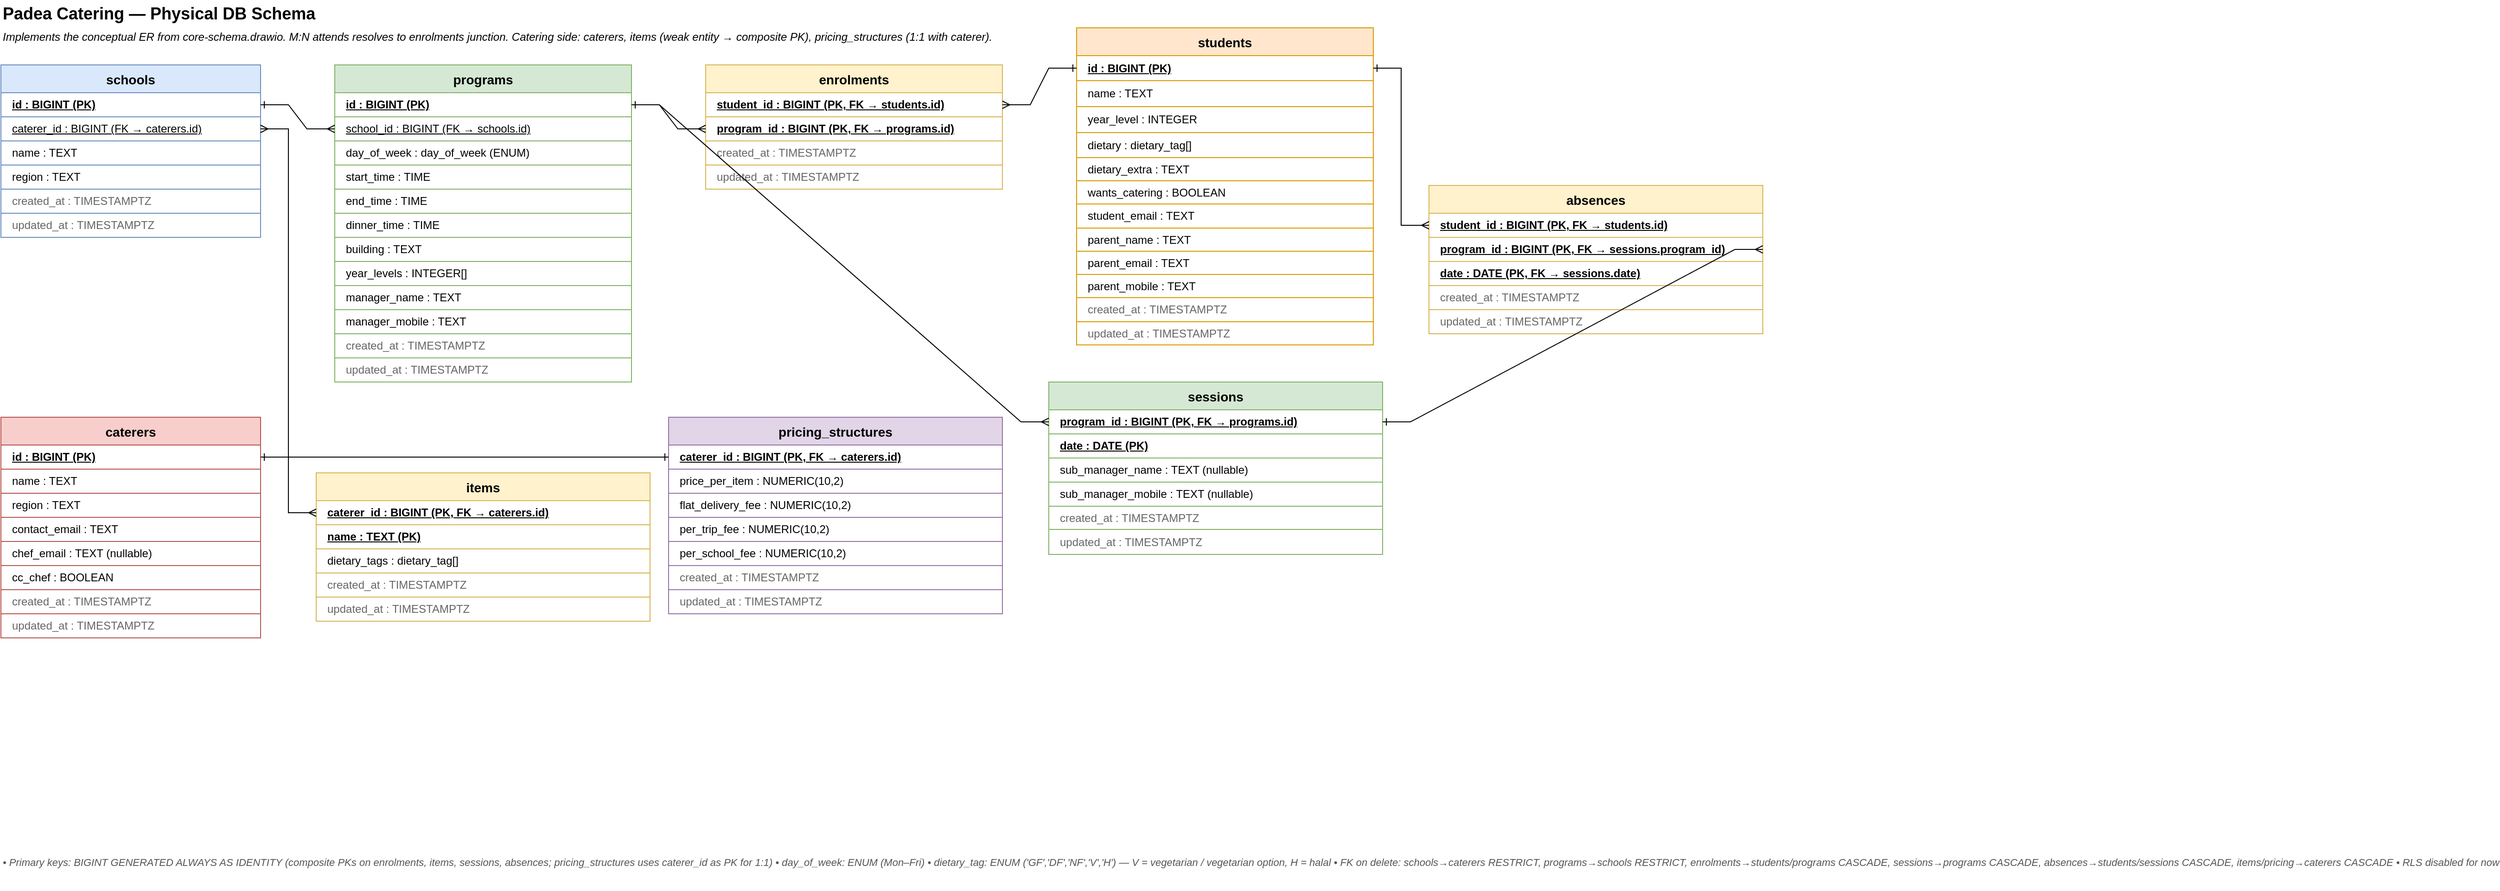
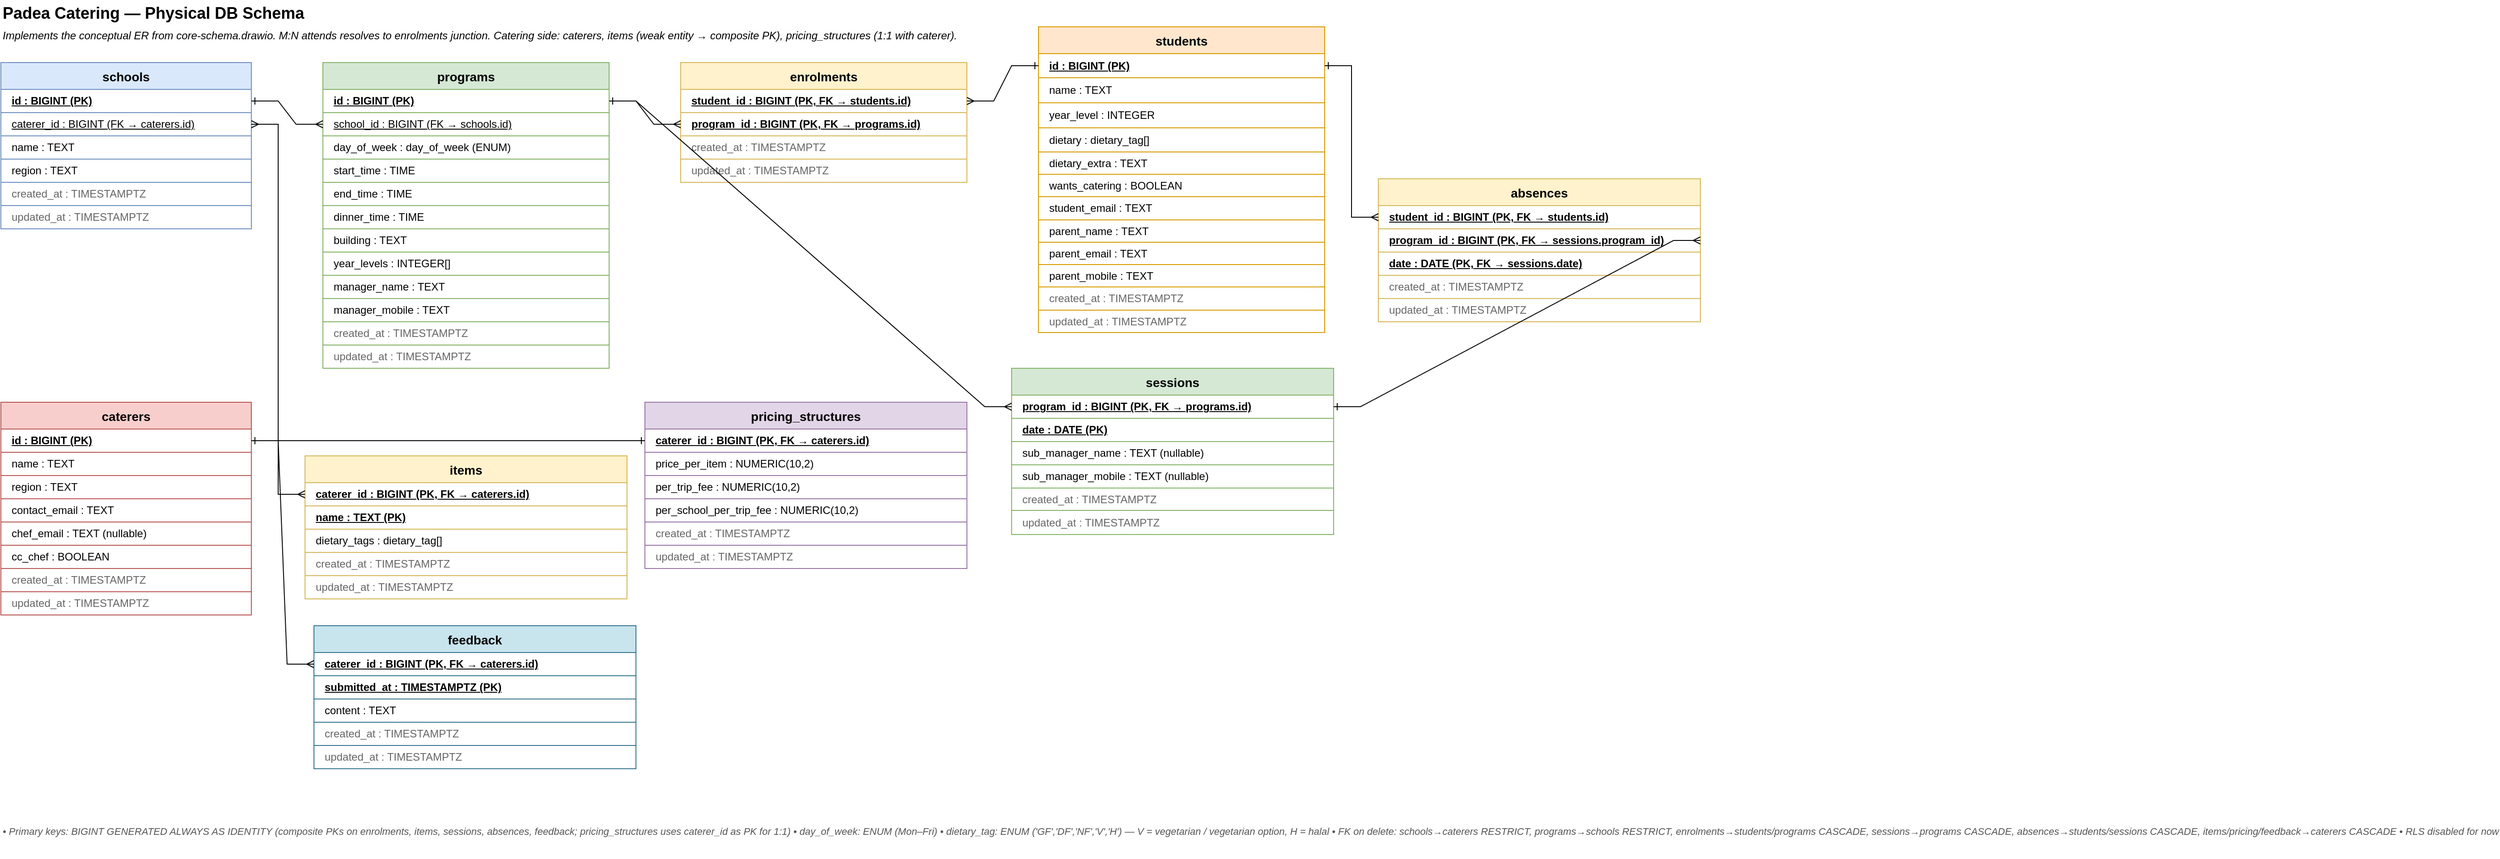
<mxfile host="65bd71144e">
    <diagram name="DB Schema" id="db-schema">
        <mxGraphModel dx="1202" dy="820" grid="1" gridSize="10" guides="1" tooltips="1" connect="1" arrows="1" fold="1" page="1" pageScale="1" pageWidth="1700" pageHeight="1000" math="0" shadow="0">
            <root>
                <mxCell id="0"/>
                <mxCell id="1" parent="0"/>
                <mxCell id="title" value="Padea Catering — Physical DB Schema" style="text;html=1;align=left;verticalAlign=middle;fontSize=18;fontStyle=1;" parent="1" vertex="1">
                    <mxGeometry x="40" y="20" width="800" height="30" as="geometry"/>
                </mxCell>
                <mxCell id="subtitle" value="Implements the conceptual ER from core-schema.drawio. M:N attends resolves to enrolments junction. Catering side: caterers, items (weak entity → composite PK), pricing_structures (1:1 with caterer)." style="text;html=1;align=left;verticalAlign=middle;fontSize=12;fontStyle=2;" parent="1" vertex="1">
                    <mxGeometry x="40" y="50" width="1500" height="20" as="geometry"/>
                </mxCell>
                <mxCell id="schools" value="schools" style="shape=table;startSize=30;container=1;collapsible=0;childLayout=tableLayout;fontSize=14;fontStyle=1;fillColor=#dae8fc;strokeColor=#6c8ebf;" parent="1" vertex="1">
                    <mxGeometry x="40" y="90" width="280" height="186" as="geometry"/>
                </mxCell>
                <mxCell id="schools-r1" value="" style="shape=tableRow;horizontal=0;startSize=0;swimlaneHead=0;swimlaneBody=0;strokeColor=inherit;top=0;left=0;bottom=0;right=0;collapsible=0;dropTarget=0;fillColor=none;points=[[0,0.5],[1,0.5]];portConstraint=eastwest;fontSize=12;" parent="schools" vertex="1">
                    <mxGeometry y="30" width="280" height="26" as="geometry"/>
                </mxCell>
                <mxCell id="schools-r1-c" value="id : BIGINT  (PK)" style="shape=partialRectangle;html=1;whiteSpace=wrap;connectable=0;strokeColor=inherit;overflow=hidden;fillColor=none;top=0;left=0;bottom=0;right=0;pointerEvents=1;fontStyle=5;align=left;spacingLeft=10;" parent="schools-r1" vertex="1">
                    <mxGeometry width="280" height="26" as="geometry"/>
                </mxCell>
                <mxCell id="schools-r-cat" value="" style="shape=tableRow;horizontal=0;startSize=0;swimlaneHead=0;swimlaneBody=0;strokeColor=inherit;top=0;left=0;bottom=0;right=0;collapsible=0;dropTarget=0;fillColor=none;points=[[0,0.5],[1,0.5]];portConstraint=eastwest;fontSize=12;" parent="schools" vertex="1">
                    <mxGeometry y="56" width="280" height="26" as="geometry"/>
                </mxCell>
                <mxCell id="schools-r-cat-c" value="caterer_id : BIGINT  (FK → caterers.id)" style="shape=partialRectangle;html=1;whiteSpace=wrap;connectable=0;strokeColor=inherit;overflow=hidden;fillColor=none;top=0;left=0;bottom=0;right=0;pointerEvents=1;fontStyle=4;align=left;spacingLeft=10;" parent="schools-r-cat" vertex="1">
                    <mxGeometry width="280" height="26" as="geometry"/>
                </mxCell>
                <mxCell id="schools-r2" value="" style="shape=tableRow;horizontal=0;startSize=0;swimlaneHead=0;swimlaneBody=0;strokeColor=inherit;top=0;left=0;bottom=0;right=0;collapsible=0;dropTarget=0;fillColor=none;points=[[0,0.5],[1,0.5]];portConstraint=eastwest;fontSize=12;" parent="schools" vertex="1">
                    <mxGeometry y="82" width="280" height="26" as="geometry"/>
                </mxCell>
                <mxCell id="schools-r2-c" value="name : TEXT" style="shape=partialRectangle;html=1;whiteSpace=wrap;connectable=0;strokeColor=inherit;overflow=hidden;fillColor=none;top=0;left=0;bottom=0;right=0;pointerEvents=1;align=left;spacingLeft=10;" parent="schools-r2" vertex="1">
                    <mxGeometry width="280" height="26" as="geometry"/>
                </mxCell>
                <mxCell id="schools-r3" value="" style="shape=tableRow;horizontal=0;startSize=0;swimlaneHead=0;swimlaneBody=0;strokeColor=inherit;top=0;left=0;bottom=0;right=0;collapsible=0;dropTarget=0;fillColor=none;points=[[0,0.5],[1,0.5]];portConstraint=eastwest;fontSize=12;" parent="schools" vertex="1">
                    <mxGeometry y="108" width="280" height="26" as="geometry"/>
                </mxCell>
                <mxCell id="schools-r3-c" value="region : TEXT" style="shape=partialRectangle;html=1;whiteSpace=wrap;connectable=0;strokeColor=inherit;overflow=hidden;fillColor=none;top=0;left=0;bottom=0;right=0;pointerEvents=1;align=left;spacingLeft=10;" parent="schools-r3" vertex="1">
                    <mxGeometry width="280" height="26" as="geometry"/>
                </mxCell>
                <mxCell id="schools-r4" value="" style="shape=tableRow;horizontal=0;startSize=0;swimlaneHead=0;swimlaneBody=0;strokeColor=inherit;top=0;left=0;bottom=0;right=0;collapsible=0;dropTarget=0;fillColor=none;points=[[0,0.5],[1,0.5]];portConstraint=eastwest;fontSize=12;" parent="schools" vertex="1">
                    <mxGeometry y="134" width="280" height="26" as="geometry"/>
                </mxCell>
                <mxCell id="schools-r4-c" value="created_at : TIMESTAMPTZ" style="shape=partialRectangle;html=1;whiteSpace=wrap;connectable=0;strokeColor=inherit;overflow=hidden;fillColor=none;top=0;left=0;bottom=0;right=0;pointerEvents=1;align=left;spacingLeft=10;fontColor=#666666;" parent="schools-r4" vertex="1">
                    <mxGeometry width="280" height="26" as="geometry"/>
                </mxCell>
                <mxCell id="schools-r5" value="" style="shape=tableRow;horizontal=0;startSize=0;swimlaneHead=0;swimlaneBody=0;strokeColor=inherit;top=0;left=0;bottom=0;right=0;collapsible=0;dropTarget=0;fillColor=none;points=[[0,0.5],[1,0.5]];portConstraint=eastwest;fontSize=12;" parent="schools" vertex="1">
                    <mxGeometry y="160" width="280" height="26" as="geometry"/>
                </mxCell>
                <mxCell id="schools-r5-c" value="updated_at : TIMESTAMPTZ" style="shape=partialRectangle;html=1;whiteSpace=wrap;connectable=0;strokeColor=inherit;overflow=hidden;fillColor=none;top=0;left=0;bottom=0;right=0;pointerEvents=1;align=left;spacingLeft=10;fontColor=#666666;" parent="schools-r5" vertex="1">
                    <mxGeometry width="280" height="26" as="geometry"/>
                </mxCell>
                <mxCell id="sessions" value="programs" style="shape=table;startSize=30;container=1;collapsible=0;childLayout=tableLayout;fontSize=14;fontStyle=1;fillColor=#d5e8d4;strokeColor=#82b366;" parent="1" vertex="1">
                    <mxGeometry x="400" y="90" width="320" height="342" as="geometry"/>
                </mxCell>
                <mxCell id="sessions-r1" value="" style="shape=tableRow;horizontal=0;startSize=0;swimlaneHead=0;swimlaneBody=0;strokeColor=inherit;top=0;left=0;bottom=0;right=0;collapsible=0;dropTarget=0;fillColor=none;points=[[0,0.5],[1,0.5]];portConstraint=eastwest;fontSize=12;" parent="sessions" vertex="1">
                    <mxGeometry y="30" width="320" height="26" as="geometry"/>
                </mxCell>
                <mxCell id="sessions-r1-c" value="id : BIGINT  (PK)" style="shape=partialRectangle;html=1;whiteSpace=wrap;connectable=0;strokeColor=inherit;overflow=hidden;fillColor=none;top=0;left=0;bottom=0;right=0;pointerEvents=1;fontStyle=5;align=left;spacingLeft=10;" parent="sessions-r1" vertex="1">
                    <mxGeometry width="320" height="26" as="geometry">
                        <mxRectangle width="320" height="26" as="alternateBounds"/>
                    </mxGeometry>
                </mxCell>
                <mxCell id="sessions-r2" value="" style="shape=tableRow;horizontal=0;startSize=0;swimlaneHead=0;swimlaneBody=0;strokeColor=inherit;top=0;left=0;bottom=0;right=0;collapsible=0;dropTarget=0;fillColor=none;points=[[0,0.5],[1,0.5]];portConstraint=eastwest;fontSize=12;" parent="sessions" vertex="1">
                    <mxGeometry y="56" width="320" height="26" as="geometry"/>
                </mxCell>
                <mxCell id="sessions-r2-c" value="school_id : BIGINT  (FK → schools.id)" style="shape=partialRectangle;html=1;whiteSpace=wrap;connectable=0;strokeColor=inherit;overflow=hidden;fillColor=none;top=0;left=0;bottom=0;right=0;pointerEvents=1;fontStyle=4;align=left;spacingLeft=10;" parent="sessions-r2" vertex="1">
                    <mxGeometry width="320" height="26" as="geometry">
                        <mxRectangle width="320" height="26" as="alternateBounds"/>
                    </mxGeometry>
                </mxCell>
                <mxCell id="sessions-r3" value="" style="shape=tableRow;horizontal=0;startSize=0;swimlaneHead=0;swimlaneBody=0;strokeColor=inherit;top=0;left=0;bottom=0;right=0;collapsible=0;dropTarget=0;fillColor=none;points=[[0,0.5],[1,0.5]];portConstraint=eastwest;fontSize=12;" parent="sessions" vertex="1">
                    <mxGeometry y="82" width="320" height="26" as="geometry"/>
                </mxCell>
                <mxCell id="sessions-r3-c" value="day_of_week : day_of_week (ENUM)" style="shape=partialRectangle;html=1;whiteSpace=wrap;connectable=0;strokeColor=inherit;overflow=hidden;fillColor=none;top=0;left=0;bottom=0;right=0;pointerEvents=1;align=left;spacingLeft=10;" parent="sessions-r3" vertex="1">
                    <mxGeometry width="320" height="26" as="geometry">
                        <mxRectangle width="320" height="26" as="alternateBounds"/>
                    </mxGeometry>
                </mxCell>
                <mxCell id="sessions-r4" value="" style="shape=tableRow;horizontal=0;startSize=0;swimlaneHead=0;swimlaneBody=0;strokeColor=inherit;top=0;left=0;bottom=0;right=0;collapsible=0;dropTarget=0;fillColor=none;points=[[0,0.5],[1,0.5]];portConstraint=eastwest;fontSize=12;" parent="sessions" vertex="1">
                    <mxGeometry y="108" width="320" height="26" as="geometry"/>
                </mxCell>
                <mxCell id="sessions-r4-c" value="start_time : TIME" style="shape=partialRectangle;html=1;whiteSpace=wrap;connectable=0;strokeColor=inherit;overflow=hidden;fillColor=none;top=0;left=0;bottom=0;right=0;pointerEvents=1;align=left;spacingLeft=10;" parent="sessions-r4" vertex="1">
                    <mxGeometry width="320" height="26" as="geometry">
                        <mxRectangle width="320" height="26" as="alternateBounds"/>
                    </mxGeometry>
                </mxCell>
                <mxCell id="sessions-r5" value="" style="shape=tableRow;horizontal=0;startSize=0;swimlaneHead=0;swimlaneBody=0;strokeColor=inherit;top=0;left=0;bottom=0;right=0;collapsible=0;dropTarget=0;fillColor=none;points=[[0,0.5],[1,0.5]];portConstraint=eastwest;fontSize=12;" parent="sessions" vertex="1">
                    <mxGeometry y="134" width="320" height="26" as="geometry"/>
                </mxCell>
                <mxCell id="sessions-r5-c" value="end_time : TIME" style="shape=partialRectangle;html=1;whiteSpace=wrap;connectable=0;strokeColor=inherit;overflow=hidden;fillColor=none;top=0;left=0;bottom=0;right=0;pointerEvents=1;align=left;spacingLeft=10;" parent="sessions-r5" vertex="1">
                    <mxGeometry width="320" height="26" as="geometry">
                        <mxRectangle width="320" height="26" as="alternateBounds"/>
                    </mxGeometry>
                </mxCell>
                <mxCell id="sessions-r6" value="" style="shape=tableRow;horizontal=0;startSize=0;swimlaneHead=0;swimlaneBody=0;strokeColor=inherit;top=0;left=0;bottom=0;right=0;collapsible=0;dropTarget=0;fillColor=none;points=[[0,0.5],[1,0.5]];portConstraint=eastwest;fontSize=12;" parent="sessions" vertex="1">
                    <mxGeometry y="160" width="320" height="26" as="geometry"/>
                </mxCell>
                <mxCell id="sessions-r6-c" value="dinner_time : TIME" style="shape=partialRectangle;html=1;whiteSpace=wrap;connectable=0;strokeColor=inherit;overflow=hidden;fillColor=none;top=0;left=0;bottom=0;right=0;pointerEvents=1;align=left;spacingLeft=10;" parent="sessions-r6" vertex="1">
                    <mxGeometry width="320" height="26" as="geometry">
                        <mxRectangle width="320" height="26" as="alternateBounds"/>
                    </mxGeometry>
                </mxCell>
                <mxCell id="sessions-r7" value="" style="shape=tableRow;horizontal=0;startSize=0;swimlaneHead=0;swimlaneBody=0;strokeColor=inherit;top=0;left=0;bottom=0;right=0;collapsible=0;dropTarget=0;fillColor=none;points=[[0,0.5],[1,0.5]];portConstraint=eastwest;fontSize=12;" parent="sessions" vertex="1">
                    <mxGeometry y="186" width="320" height="26" as="geometry"/>
                </mxCell>
                <mxCell id="sessions-r7-c" value="building : TEXT" style="shape=partialRectangle;html=1;whiteSpace=wrap;connectable=0;strokeColor=inherit;overflow=hidden;fillColor=none;top=0;left=0;bottom=0;right=0;pointerEvents=1;align=left;spacingLeft=10;" parent="sessions-r7" vertex="1">
                    <mxGeometry width="320" height="26" as="geometry">
                        <mxRectangle width="320" height="26" as="alternateBounds"/>
                    </mxGeometry>
                </mxCell>
                <mxCell id="sessions-r8" value="" style="shape=tableRow;horizontal=0;startSize=0;swimlaneHead=0;swimlaneBody=0;strokeColor=inherit;top=0;left=0;bottom=0;right=0;collapsible=0;dropTarget=0;fillColor=none;points=[[0,0.5],[1,0.5]];portConstraint=eastwest;fontSize=12;" parent="sessions" vertex="1">
                    <mxGeometry y="212" width="320" height="26" as="geometry"/>
                </mxCell>
                <mxCell id="sessions-r8-c" value="year_levels : INTEGER[]" style="shape=partialRectangle;html=1;whiteSpace=wrap;connectable=0;strokeColor=inherit;overflow=hidden;fillColor=none;top=0;left=0;bottom=0;right=0;pointerEvents=1;align=left;spacingLeft=10;" parent="sessions-r8" vertex="1">
                    <mxGeometry width="320" height="26" as="geometry">
                        <mxRectangle width="320" height="26" as="alternateBounds"/>
                    </mxGeometry>
                </mxCell>
                <mxCell id="sessions-r9" value="" style="shape=tableRow;horizontal=0;startSize=0;swimlaneHead=0;swimlaneBody=0;strokeColor=inherit;top=0;left=0;bottom=0;right=0;collapsible=0;dropTarget=0;fillColor=none;points=[[0,0.5],[1,0.5]];portConstraint=eastwest;fontSize=12;" parent="sessions" vertex="1">
                    <mxGeometry y="238" width="320" height="26" as="geometry"/>
                </mxCell>
                <mxCell id="sessions-r9-c" value="manager_name : TEXT" style="shape=partialRectangle;html=1;whiteSpace=wrap;connectable=0;strokeColor=inherit;overflow=hidden;fillColor=none;top=0;left=0;bottom=0;right=0;pointerEvents=1;align=left;spacingLeft=10;" parent="sessions-r9" vertex="1">
                    <mxGeometry width="320" height="26" as="geometry">
                        <mxRectangle width="320" height="26" as="alternateBounds"/>
                    </mxGeometry>
                </mxCell>
                <mxCell id="sessions-r10" value="" style="shape=tableRow;horizontal=0;startSize=0;swimlaneHead=0;swimlaneBody=0;strokeColor=inherit;top=0;left=0;bottom=0;right=0;collapsible=0;dropTarget=0;fillColor=none;points=[[0,0.5],[1,0.5]];portConstraint=eastwest;fontSize=12;" parent="sessions" vertex="1">
                    <mxGeometry y="264" width="320" height="26" as="geometry"/>
                </mxCell>
                <mxCell id="sessions-r10-c" value="manager_mobile : TEXT" style="shape=partialRectangle;html=1;whiteSpace=wrap;connectable=0;strokeColor=inherit;overflow=hidden;fillColor=none;top=0;left=0;bottom=0;right=0;pointerEvents=1;align=left;spacingLeft=10;" parent="sessions-r10" vertex="1">
                    <mxGeometry width="320" height="26" as="geometry">
                        <mxRectangle width="320" height="26" as="alternateBounds"/>
                    </mxGeometry>
                </mxCell>
                <mxCell id="sessions-r11" value="" style="shape=tableRow;horizontal=0;startSize=0;swimlaneHead=0;swimlaneBody=0;strokeColor=inherit;top=0;left=0;bottom=0;right=0;collapsible=0;dropTarget=0;fillColor=none;points=[[0,0.5],[1,0.5]];portConstraint=eastwest;fontSize=12;" parent="sessions" vertex="1">
                    <mxGeometry y="290" width="320" height="26" as="geometry"/>
                </mxCell>
                <mxCell id="sessions-r11-c" value="created_at : TIMESTAMPTZ" style="shape=partialRectangle;html=1;whiteSpace=wrap;connectable=0;strokeColor=inherit;overflow=hidden;fillColor=none;top=0;left=0;bottom=0;right=0;pointerEvents=1;align=left;spacingLeft=10;fontColor=#666666;" parent="sessions-r11" vertex="1">
                    <mxGeometry width="320" height="26" as="geometry">
                        <mxRectangle width="320" height="26" as="alternateBounds"/>
                    </mxGeometry>
                </mxCell>
                <mxCell id="sessions-r12" value="" style="shape=tableRow;horizontal=0;startSize=0;swimlaneHead=0;swimlaneBody=0;strokeColor=inherit;top=0;left=0;bottom=0;right=0;collapsible=0;dropTarget=0;fillColor=none;points=[[0,0.5],[1,0.5]];portConstraint=eastwest;fontSize=12;" parent="sessions" vertex="1">
                    <mxGeometry y="316" width="320" height="26" as="geometry"/>
                </mxCell>
                <mxCell id="sessions-r12-c" value="updated_at : TIMESTAMPTZ" style="shape=partialRectangle;html=1;whiteSpace=wrap;connectable=0;strokeColor=inherit;overflow=hidden;fillColor=none;top=0;left=0;bottom=0;right=0;pointerEvents=1;align=left;spacingLeft=10;fontColor=#666666;" parent="sessions-r12" vertex="1">
                    <mxGeometry width="320" height="26" as="geometry">
                        <mxRectangle width="320" height="26" as="alternateBounds"/>
                    </mxGeometry>
                </mxCell>
                <mxCell id="enrolments" value="enrolments" style="shape=table;startSize=30;container=1;collapsible=0;childLayout=tableLayout;fontSize=14;fontStyle=1;fillColor=#fff2cc;strokeColor=#d6b656;" parent="1" vertex="1">
                    <mxGeometry x="800" y="90" width="320" height="134" as="geometry"/>
                </mxCell>
                <mxCell id="enrolments-r2" value="" style="shape=tableRow;horizontal=0;startSize=0;swimlaneHead=0;swimlaneBody=0;strokeColor=inherit;top=0;left=0;bottom=0;right=0;collapsible=0;dropTarget=0;fillColor=none;points=[[0,0.5],[1,0.5]];portConstraint=eastwest;fontSize=12;" parent="enrolments" vertex="1">
                    <mxGeometry y="30" width="320" height="26" as="geometry"/>
                </mxCell>
                <mxCell id="enrolments-r2-c" value="student_id : BIGINT  (PK, FK → students.id)" style="shape=partialRectangle;html=1;whiteSpace=wrap;connectable=0;strokeColor=inherit;overflow=hidden;fillColor=none;top=0;left=0;bottom=0;right=0;pointerEvents=1;fontStyle=5;align=left;spacingLeft=10;" parent="enrolments-r2" vertex="1">
                    <mxGeometry width="320" height="26" as="geometry">
                        <mxRectangle width="320" height="26" as="alternateBounds"/>
                    </mxGeometry>
                </mxCell>
                <mxCell id="enrolments-r3" value="" style="shape=tableRow;horizontal=0;startSize=0;swimlaneHead=0;swimlaneBody=0;strokeColor=inherit;top=0;left=0;bottom=0;right=0;collapsible=0;dropTarget=0;fillColor=none;points=[[0,0.5],[1,0.5]];portConstraint=eastwest;fontSize=12;" parent="enrolments" vertex="1">
                    <mxGeometry y="56" width="320" height="26" as="geometry"/>
                </mxCell>
                <mxCell id="enrolments-r3-c" value="program_id : BIGINT  (PK, FK → programs.id)" style="shape=partialRectangle;html=1;whiteSpace=wrap;connectable=0;strokeColor=inherit;overflow=hidden;fillColor=none;top=0;left=0;bottom=0;right=0;pointerEvents=1;fontStyle=5;align=left;spacingLeft=10;" parent="enrolments-r3" vertex="1">
                    <mxGeometry width="320" height="26" as="geometry">
                        <mxRectangle width="320" height="26" as="alternateBounds"/>
                    </mxGeometry>
                </mxCell>
                <mxCell id="enrolments-r4" value="" style="shape=tableRow;horizontal=0;startSize=0;swimlaneHead=0;swimlaneBody=0;strokeColor=inherit;top=0;left=0;bottom=0;right=0;collapsible=0;dropTarget=0;fillColor=none;points=[[0,0.5],[1,0.5]];portConstraint=eastwest;fontSize=12;" parent="enrolments" vertex="1">
                    <mxGeometry y="82" width="320" height="26" as="geometry"/>
                </mxCell>
                <mxCell id="enrolments-r4-c" value="created_at : TIMESTAMPTZ" style="shape=partialRectangle;html=1;whiteSpace=wrap;connectable=0;strokeColor=inherit;overflow=hidden;fillColor=none;top=0;left=0;bottom=0;right=0;pointerEvents=1;align=left;spacingLeft=10;fontColor=#666666;" parent="enrolments-r4" vertex="1">
                    <mxGeometry width="320" height="26" as="geometry">
                        <mxRectangle width="320" height="26" as="alternateBounds"/>
                    </mxGeometry>
                </mxCell>
                <mxCell id="enrolments-r5" value="" style="shape=tableRow;horizontal=0;startSize=0;swimlaneHead=0;swimlaneBody=0;strokeColor=inherit;top=0;left=0;bottom=0;right=0;collapsible=0;dropTarget=0;fillColor=none;points=[[0,0.5],[1,0.5]];portConstraint=eastwest;fontSize=12;" parent="enrolments" vertex="1">
                    <mxGeometry y="108" width="320" height="26" as="geometry"/>
                </mxCell>
                <mxCell id="enrolments-r5-c" value="updated_at : TIMESTAMPTZ" style="shape=partialRectangle;html=1;whiteSpace=wrap;connectable=0;strokeColor=inherit;overflow=hidden;fillColor=none;top=0;left=0;bottom=0;right=0;pointerEvents=1;align=left;spacingLeft=10;fontColor=#666666;" parent="enrolments-r5" vertex="1">
                    <mxGeometry width="320" height="26" as="geometry">
                        <mxRectangle width="320" height="26" as="alternateBounds"/>
                    </mxGeometry>
                </mxCell>
                <mxCell id="students" value="students" style="shape=table;startSize=30;container=1;collapsible=0;childLayout=tableLayout;fontSize=14;fontStyle=1;fillColor=#ffe6cc;strokeColor=#d79b00;" parent="1" vertex="1">
                    <mxGeometry x="1200" y="50" width="320" height="342" as="geometry"/>
                </mxCell>
                <mxCell id="students-r1" value="" style="shape=tableRow;horizontal=0;startSize=0;swimlaneHead=0;swimlaneBody=0;strokeColor=inherit;top=0;left=0;bottom=0;right=0;collapsible=0;dropTarget=0;fillColor=none;points=[[0,0.5],[1,0.5]];portConstraint=eastwest;fontSize=12;" parent="students" vertex="1">
                    <mxGeometry y="30" width="320" height="27" as="geometry"/>
                </mxCell>
                <mxCell id="students-r1-c" value="id : BIGINT  (PK)" style="shape=partialRectangle;html=1;whiteSpace=wrap;connectable=0;strokeColor=inherit;overflow=hidden;fillColor=none;top=0;left=0;bottom=0;right=0;pointerEvents=1;fontStyle=5;align=left;spacingLeft=10;" parent="students-r1" vertex="1">
                    <mxGeometry width="320" height="27" as="geometry">
                        <mxRectangle width="320" height="27" as="alternateBounds"/>
                    </mxGeometry>
                </mxCell>
                <mxCell id="students-r2" value="" style="shape=tableRow;horizontal=0;startSize=0;swimlaneHead=0;swimlaneBody=0;strokeColor=inherit;top=0;left=0;bottom=0;right=0;collapsible=0;dropTarget=0;fillColor=none;points=[[0,0.5],[1,0.5]];portConstraint=eastwest;fontSize=12;" parent="students" vertex="1">
                    <mxGeometry y="57" width="320" height="28" as="geometry"/>
                </mxCell>
                <mxCell id="students-r2-c" value="name : TEXT" style="shape=partialRectangle;html=1;whiteSpace=wrap;connectable=0;strokeColor=inherit;overflow=hidden;fillColor=none;top=0;left=0;bottom=0;right=0;pointerEvents=1;align=left;spacingLeft=10;" parent="students-r2" vertex="1">
                    <mxGeometry width="320" height="28" as="geometry">
                        <mxRectangle width="320" height="28" as="alternateBounds"/>
                    </mxGeometry>
                </mxCell>
                <mxCell id="students-r3" value="" style="shape=tableRow;horizontal=0;startSize=0;swimlaneHead=0;swimlaneBody=0;strokeColor=inherit;top=0;left=0;bottom=0;right=0;collapsible=0;dropTarget=0;fillColor=none;points=[[0,0.5],[1,0.5]];portConstraint=eastwest;fontSize=12;" parent="students" vertex="1">
                    <mxGeometry y="85" width="320" height="28" as="geometry"/>
                </mxCell>
                <mxCell id="students-r3-c" value="year_level : INTEGER" style="shape=partialRectangle;html=1;whiteSpace=wrap;connectable=0;strokeColor=inherit;overflow=hidden;fillColor=none;top=0;left=0;bottom=0;right=0;pointerEvents=1;align=left;spacingLeft=10;" parent="students-r3" vertex="1">
                    <mxGeometry width="320" height="28" as="geometry">
                        <mxRectangle width="320" height="28" as="alternateBounds"/>
                    </mxGeometry>
                </mxCell>
                <mxCell id="students-r4" value="" style="shape=tableRow;horizontal=0;startSize=0;swimlaneHead=0;swimlaneBody=0;strokeColor=inherit;top=0;left=0;bottom=0;right=0;collapsible=0;dropTarget=0;fillColor=none;points=[[0,0.5],[1,0.5]];portConstraint=eastwest;fontSize=12;" parent="students" vertex="1">
                    <mxGeometry y="113" width="320" height="27" as="geometry"/>
                </mxCell>
                <mxCell id="students-r4-c" value="dietary : dietary_tag[]" style="shape=partialRectangle;html=1;whiteSpace=wrap;connectable=0;strokeColor=inherit;overflow=hidden;fillColor=none;top=0;left=0;bottom=0;right=0;pointerEvents=1;align=left;spacingLeft=10;" parent="students-r4" vertex="1">
                    <mxGeometry width="320" height="27" as="geometry">
                        <mxRectangle width="320" height="27" as="alternateBounds"/>
                    </mxGeometry>
                </mxCell>
                <mxCell id="students-r-de" value="" style="shape=tableRow;horizontal=0;startSize=0;swimlaneHead=0;swimlaneBody=0;strokeColor=inherit;top=0;left=0;bottom=0;right=0;collapsible=0;dropTarget=0;fillColor=none;points=[[0,0.5],[1,0.5]];portConstraint=eastwest;fontSize=12;" vertex="1" parent="students">
                    <mxGeometry y="140" width="320" height="25" as="geometry"/>
                </mxCell>
                <mxCell id="students-r-de-c" value="dietary_extra : TEXT" style="shape=partialRectangle;html=1;whiteSpace=wrap;connectable=0;strokeColor=inherit;overflow=hidden;fillColor=none;top=0;left=0;bottom=0;right=0;pointerEvents=1;align=left;spacingLeft=10;" vertex="1" parent="students-r-de">
                    <mxGeometry width="320" height="25" as="geometry">
                        <mxRectangle width="320" height="25" as="alternateBounds"/>
                    </mxGeometry>
                </mxCell>
                <mxCell id="students-r-wc" value="" style="shape=tableRow;horizontal=0;startSize=0;swimlaneHead=0;swimlaneBody=0;strokeColor=inherit;top=0;left=0;bottom=0;right=0;collapsible=0;dropTarget=0;fillColor=none;points=[[0,0.5],[1,0.5]];portConstraint=eastwest;fontSize=12;" parent="students" vertex="1">
                    <mxGeometry y="165" width="320" height="25" as="geometry"/>
                </mxCell>
                <mxCell id="students-r-wc-c" value="wants_catering : BOOLEAN" style="shape=partialRectangle;html=1;whiteSpace=wrap;connectable=0;strokeColor=inherit;overflow=hidden;fillColor=none;top=0;left=0;bottom=0;right=0;pointerEvents=1;align=left;spacingLeft=10;" parent="students-r-wc" vertex="1">
                    <mxGeometry width="320" height="25" as="geometry">
                        <mxRectangle width="320" height="25" as="alternateBounds"/>
                    </mxGeometry>
                </mxCell>
                <mxCell id="students-r5" value="" style="shape=tableRow;horizontal=0;startSize=0;swimlaneHead=0;swimlaneBody=0;strokeColor=inherit;top=0;left=0;bottom=0;right=0;collapsible=0;dropTarget=0;fillColor=none;points=[[0,0.5],[1,0.5]];portConstraint=eastwest;fontSize=12;" parent="students" vertex="1">
                    <mxGeometry y="190" width="320" height="26" as="geometry"/>
                </mxCell>
                <mxCell id="students-r5-c" value="student_email : TEXT" style="shape=partialRectangle;html=1;whiteSpace=wrap;connectable=0;strokeColor=inherit;overflow=hidden;fillColor=none;top=0;left=0;bottom=0;right=0;pointerEvents=1;align=left;spacingLeft=10;" parent="students-r5" vertex="1">
                    <mxGeometry width="320" height="26" as="geometry">
                        <mxRectangle width="320" height="26" as="alternateBounds"/>
                    </mxGeometry>
                </mxCell>
                <mxCell id="students-r6" value="" style="shape=tableRow;horizontal=0;startSize=0;swimlaneHead=0;swimlaneBody=0;strokeColor=inherit;top=0;left=0;bottom=0;right=0;collapsible=0;dropTarget=0;fillColor=none;points=[[0,0.5],[1,0.5]];portConstraint=eastwest;fontSize=12;" parent="students" vertex="1">
                    <mxGeometry y="216" width="320" height="25" as="geometry"/>
                </mxCell>
                <mxCell id="students-r6-c" value="parent_name : TEXT" style="shape=partialRectangle;html=1;whiteSpace=wrap;connectable=0;strokeColor=inherit;overflow=hidden;fillColor=none;top=0;left=0;bottom=0;right=0;pointerEvents=1;align=left;spacingLeft=10;" parent="students-r6" vertex="1">
                    <mxGeometry width="320" height="25" as="geometry">
                        <mxRectangle width="320" height="25" as="alternateBounds"/>
                    </mxGeometry>
                </mxCell>
                <mxCell id="students-r7" value="" style="shape=tableRow;horizontal=0;startSize=0;swimlaneHead=0;swimlaneBody=0;strokeColor=inherit;top=0;left=0;bottom=0;right=0;collapsible=0;dropTarget=0;fillColor=none;points=[[0,0.5],[1,0.5]];portConstraint=eastwest;fontSize=12;" parent="students" vertex="1">
                    <mxGeometry y="241" width="320" height="25" as="geometry"/>
                </mxCell>
                <mxCell id="students-r7-c" value="parent_email : TEXT" style="shape=partialRectangle;html=1;whiteSpace=wrap;connectable=0;strokeColor=inherit;overflow=hidden;fillColor=none;top=0;left=0;bottom=0;right=0;pointerEvents=1;align=left;spacingLeft=10;" parent="students-r7" vertex="1">
                    <mxGeometry width="320" height="25" as="geometry">
                        <mxRectangle width="320" height="25" as="alternateBounds"/>
                    </mxGeometry>
                </mxCell>
                <mxCell id="students-r8" value="" style="shape=tableRow;horizontal=0;startSize=0;swimlaneHead=0;swimlaneBody=0;strokeColor=inherit;top=0;left=0;bottom=0;right=0;collapsible=0;dropTarget=0;fillColor=none;points=[[0,0.5],[1,0.5]];portConstraint=eastwest;fontSize=12;" parent="students" vertex="1">
                    <mxGeometry y="266" width="320" height="25" as="geometry"/>
                </mxCell>
                <mxCell id="students-r8-c" value="parent_mobile : TEXT" style="shape=partialRectangle;html=1;whiteSpace=wrap;connectable=0;strokeColor=inherit;overflow=hidden;fillColor=none;top=0;left=0;bottom=0;right=0;pointerEvents=1;align=left;spacingLeft=10;" parent="students-r8" vertex="1">
                    <mxGeometry width="320" height="25" as="geometry">
                        <mxRectangle width="320" height="25" as="alternateBounds"/>
                    </mxGeometry>
                </mxCell>
                <mxCell id="students-r9" value="" style="shape=tableRow;horizontal=0;startSize=0;swimlaneHead=0;swimlaneBody=0;strokeColor=inherit;top=0;left=0;bottom=0;right=0;collapsible=0;dropTarget=0;fillColor=none;points=[[0,0.5],[1,0.5]];portConstraint=eastwest;fontSize=12;" parent="students" vertex="1">
                    <mxGeometry y="291" width="320" height="26" as="geometry"/>
                </mxCell>
                <mxCell id="students-r9-c" value="created_at : TIMESTAMPTZ" style="shape=partialRectangle;html=1;whiteSpace=wrap;connectable=0;strokeColor=inherit;overflow=hidden;fillColor=none;top=0;left=0;bottom=0;right=0;pointerEvents=1;align=left;spacingLeft=10;fontColor=#666666;" parent="students-r9" vertex="1">
                    <mxGeometry width="320" height="26" as="geometry">
                        <mxRectangle width="320" height="26" as="alternateBounds"/>
                    </mxGeometry>
                </mxCell>
                <mxCell id="students-r10" value="" style="shape=tableRow;horizontal=0;startSize=0;swimlaneHead=0;swimlaneBody=0;strokeColor=inherit;top=0;left=0;bottom=0;right=0;collapsible=0;dropTarget=0;fillColor=none;points=[[0,0.5],[1,0.5]];portConstraint=eastwest;fontSize=12;" parent="students" vertex="1">
                    <mxGeometry y="317" width="320" height="25" as="geometry"/>
                </mxCell>
                <mxCell id="students-r10-c" value="updated_at : TIMESTAMPTZ" style="shape=partialRectangle;html=1;whiteSpace=wrap;connectable=0;strokeColor=inherit;overflow=hidden;fillColor=none;top=0;left=0;bottom=0;right=0;pointerEvents=1;align=left;spacingLeft=10;fontColor=#666666;" parent="students-r10" vertex="1">
                    <mxGeometry width="320" height="25" as="geometry">
                        <mxRectangle width="320" height="25" as="alternateBounds"/>
                    </mxGeometry>
                </mxCell>
                <mxCell id="caterers" value="caterers" style="shape=table;startSize=30;container=1;collapsible=0;childLayout=tableLayout;fontSize=14;fontStyle=1;fillColor=#f8cecc;strokeColor=#b85450;" parent="1" vertex="1">
                    <mxGeometry x="40" y="470" width="280" height="238" as="geometry"/>
                </mxCell>
                <mxCell id="caterers-r1" value="" style="shape=tableRow;horizontal=0;startSize=0;swimlaneHead=0;swimlaneBody=0;strokeColor=inherit;top=0;left=0;bottom=0;right=0;collapsible=0;dropTarget=0;fillColor=none;points=[[0,0.5],[1,0.5]];portConstraint=eastwest;fontSize=12;" parent="caterers" vertex="1">
                    <mxGeometry y="30" width="280" height="26" as="geometry"/>
                </mxCell>
                <mxCell id="caterers-r1-c" value="id : BIGINT  (PK)" style="shape=partialRectangle;html=1;whiteSpace=wrap;connectable=0;strokeColor=inherit;overflow=hidden;fillColor=none;top=0;left=0;bottom=0;right=0;pointerEvents=1;fontStyle=5;align=left;spacingLeft=10;" parent="caterers-r1" vertex="1">
                    <mxGeometry width="280" height="26" as="geometry">
                        <mxRectangle width="280" height="26" as="alternateBounds"/>
                    </mxGeometry>
                </mxCell>
                <mxCell id="caterers-r2" value="" style="shape=tableRow;horizontal=0;startSize=0;swimlaneHead=0;swimlaneBody=0;strokeColor=inherit;top=0;left=0;bottom=0;right=0;collapsible=0;dropTarget=0;fillColor=none;points=[[0,0.5],[1,0.5]];portConstraint=eastwest;fontSize=12;" parent="caterers" vertex="1">
                    <mxGeometry y="56" width="280" height="26" as="geometry"/>
                </mxCell>
                <mxCell id="caterers-r2-c" value="name : TEXT" style="shape=partialRectangle;html=1;whiteSpace=wrap;connectable=0;strokeColor=inherit;overflow=hidden;fillColor=none;top=0;left=0;bottom=0;right=0;pointerEvents=1;align=left;spacingLeft=10;" parent="caterers-r2" vertex="1">
                    <mxGeometry width="280" height="26" as="geometry">
                        <mxRectangle width="280" height="26" as="alternateBounds"/>
                    </mxGeometry>
                </mxCell>
                <mxCell id="caterers-r3" value="" style="shape=tableRow;horizontal=0;startSize=0;swimlaneHead=0;swimlaneBody=0;strokeColor=inherit;top=0;left=0;bottom=0;right=0;collapsible=0;dropTarget=0;fillColor=none;points=[[0,0.5],[1,0.5]];portConstraint=eastwest;fontSize=12;" parent="caterers" vertex="1">
                    <mxGeometry y="82" width="280" height="26" as="geometry"/>
                </mxCell>
                <mxCell id="caterers-r3-c" value="region : TEXT" style="shape=partialRectangle;html=1;whiteSpace=wrap;connectable=0;strokeColor=inherit;overflow=hidden;fillColor=none;top=0;left=0;bottom=0;right=0;pointerEvents=1;align=left;spacingLeft=10;" parent="caterers-r3" vertex="1">
                    <mxGeometry width="280" height="26" as="geometry">
                        <mxRectangle width="280" height="26" as="alternateBounds"/>
                    </mxGeometry>
                </mxCell>
                <mxCell id="caterers-r-ce" value="" style="shape=tableRow;horizontal=0;startSize=0;swimlaneHead=0;swimlaneBody=0;strokeColor=inherit;top=0;left=0;bottom=0;right=0;collapsible=0;dropTarget=0;fillColor=none;points=[[0,0.5],[1,0.5]];portConstraint=eastwest;fontSize=12;" parent="caterers" vertex="1">
                    <mxGeometry y="108" width="280" height="26" as="geometry"/>
                </mxCell>
                <mxCell id="caterers-r-ce-c" value="contact_email : TEXT" style="shape=partialRectangle;html=1;whiteSpace=wrap;connectable=0;strokeColor=inherit;overflow=hidden;fillColor=none;top=0;left=0;bottom=0;right=0;pointerEvents=1;align=left;spacingLeft=10;" parent="caterers-r-ce" vertex="1">
                    <mxGeometry width="280" height="26" as="geometry">
                        <mxRectangle width="280" height="26" as="alternateBounds"/>
                    </mxGeometry>
                </mxCell>
                <mxCell id="caterers-r-che" value="" style="shape=tableRow;horizontal=0;startSize=0;swimlaneHead=0;swimlaneBody=0;strokeColor=inherit;top=0;left=0;bottom=0;right=0;collapsible=0;dropTarget=0;fillColor=none;points=[[0,0.5],[1,0.5]];portConstraint=eastwest;fontSize=12;" parent="caterers" vertex="1">
                    <mxGeometry y="134" width="280" height="26" as="geometry"/>
                </mxCell>
                <mxCell id="caterers-r-che-c" value="chef_email : TEXT  (nullable)" style="shape=partialRectangle;html=1;whiteSpace=wrap;connectable=0;strokeColor=inherit;overflow=hidden;fillColor=none;top=0;left=0;bottom=0;right=0;pointerEvents=1;align=left;spacingLeft=10;" parent="caterers-r-che" vertex="1">
                    <mxGeometry width="280" height="26" as="geometry">
                        <mxRectangle width="280" height="26" as="alternateBounds"/>
                    </mxGeometry>
                </mxCell>
                <mxCell id="caterers-r-cc" value="" style="shape=tableRow;horizontal=0;startSize=0;swimlaneHead=0;swimlaneBody=0;strokeColor=inherit;top=0;left=0;bottom=0;right=0;collapsible=0;dropTarget=0;fillColor=none;points=[[0,0.5],[1,0.5]];portConstraint=eastwest;fontSize=12;" parent="caterers" vertex="1">
                    <mxGeometry y="160" width="280" height="26" as="geometry"/>
                </mxCell>
                <mxCell id="caterers-r-cc-c" value="cc_chef : BOOLEAN" style="shape=partialRectangle;html=1;whiteSpace=wrap;connectable=0;strokeColor=inherit;overflow=hidden;fillColor=none;top=0;left=0;bottom=0;right=0;pointerEvents=1;align=left;spacingLeft=10;" parent="caterers-r-cc" vertex="1">
                    <mxGeometry width="280" height="26" as="geometry">
                        <mxRectangle width="280" height="26" as="alternateBounds"/>
                    </mxGeometry>
                </mxCell>
                <mxCell id="caterers-r4" value="" style="shape=tableRow;horizontal=0;startSize=0;swimlaneHead=0;swimlaneBody=0;strokeColor=inherit;top=0;left=0;bottom=0;right=0;collapsible=0;dropTarget=0;fillColor=none;points=[[0,0.5],[1,0.5]];portConstraint=eastwest;fontSize=12;" parent="caterers" vertex="1">
                    <mxGeometry y="186" width="280" height="26" as="geometry"/>
                </mxCell>
                <mxCell id="caterers-r4-c" value="created_at : TIMESTAMPTZ" style="shape=partialRectangle;html=1;whiteSpace=wrap;connectable=0;strokeColor=inherit;overflow=hidden;fillColor=none;top=0;left=0;bottom=0;right=0;pointerEvents=1;align=left;spacingLeft=10;fontColor=#666666;" parent="caterers-r4" vertex="1">
                    <mxGeometry width="280" height="26" as="geometry">
                        <mxRectangle width="280" height="26" as="alternateBounds"/>
                    </mxGeometry>
                </mxCell>
                <mxCell id="caterers-r5" value="" style="shape=tableRow;horizontal=0;startSize=0;swimlaneHead=0;swimlaneBody=0;strokeColor=inherit;top=0;left=0;bottom=0;right=0;collapsible=0;dropTarget=0;fillColor=none;points=[[0,0.5],[1,0.5]];portConstraint=eastwest;fontSize=12;" parent="caterers" vertex="1">
                    <mxGeometry y="212" width="280" height="26" as="geometry"/>
                </mxCell>
                <mxCell id="caterers-r5-c" value="updated_at : TIMESTAMPTZ" style="shape=partialRectangle;html=1;whiteSpace=wrap;connectable=0;strokeColor=inherit;overflow=hidden;fillColor=none;top=0;left=0;bottom=0;right=0;pointerEvents=1;align=left;spacingLeft=10;fontColor=#666666;" parent="caterers-r5" vertex="1">
                    <mxGeometry width="280" height="26" as="geometry">
                        <mxRectangle width="280" height="26" as="alternateBounds"/>
                    </mxGeometry>
                </mxCell>
                <mxCell id="items" value="items" style="shape=table;startSize=30;container=1;collapsible=0;childLayout=tableLayout;fontSize=14;fontStyle=1;fillColor=#fff2cc;strokeColor=#d6b656;" parent="1" vertex="1">
                    <mxGeometry x="380" y="530" width="360" height="160" as="geometry"/>
                </mxCell>
                <mxCell id="items-r1" value="" style="shape=tableRow;horizontal=0;startSize=0;swimlaneHead=0;swimlaneBody=0;strokeColor=inherit;top=0;left=0;bottom=0;right=0;collapsible=0;dropTarget=0;fillColor=none;points=[[0,0.5],[1,0.5]];portConstraint=eastwest;fontSize=12;" parent="items" vertex="1">
                    <mxGeometry y="30" width="360" height="26" as="geometry"/>
                </mxCell>
                <mxCell id="items-r1-c" value="caterer_id : BIGINT  (PK, FK → caterers.id)" style="shape=partialRectangle;html=1;whiteSpace=wrap;connectable=0;strokeColor=inherit;overflow=hidden;fillColor=none;top=0;left=0;bottom=0;right=0;pointerEvents=1;fontStyle=5;align=left;spacingLeft=10;" parent="items-r1" vertex="1">
                    <mxGeometry width="360" height="26" as="geometry">
                        <mxRectangle width="360" height="26" as="alternateBounds"/>
                    </mxGeometry>
                </mxCell>
                <mxCell id="items-r2" value="" style="shape=tableRow;horizontal=0;startSize=0;swimlaneHead=0;swimlaneBody=0;strokeColor=inherit;top=0;left=0;bottom=0;right=0;collapsible=0;dropTarget=0;fillColor=none;points=[[0,0.5],[1,0.5]];portConstraint=eastwest;fontSize=12;" parent="items" vertex="1">
                    <mxGeometry y="56" width="360" height="26" as="geometry"/>
                </mxCell>
                <mxCell id="items-r2-c" value="name : TEXT  (PK)" style="shape=partialRectangle;html=1;whiteSpace=wrap;connectable=0;strokeColor=inherit;overflow=hidden;fillColor=none;top=0;left=0;bottom=0;right=0;pointerEvents=1;fontStyle=5;align=left;spacingLeft=10;" parent="items-r2" vertex="1">
                    <mxGeometry width="360" height="26" as="geometry">
                        <mxRectangle width="360" height="26" as="alternateBounds"/>
                    </mxGeometry>
                </mxCell>
                <mxCell id="items-r3" value="" style="shape=tableRow;horizontal=0;startSize=0;swimlaneHead=0;swimlaneBody=0;strokeColor=inherit;top=0;left=0;bottom=0;right=0;collapsible=0;dropTarget=0;fillColor=none;points=[[0,0.5],[1,0.5]];portConstraint=eastwest;fontSize=12;" parent="items" vertex="1">
                    <mxGeometry y="82" width="360" height="26" as="geometry"/>
                </mxCell>
                <mxCell id="items-r3-c" value="dietary_tags : dietary_tag[]" style="shape=partialRectangle;html=1;whiteSpace=wrap;connectable=0;strokeColor=inherit;overflow=hidden;fillColor=none;top=0;left=0;bottom=0;right=0;pointerEvents=1;align=left;spacingLeft=10;" parent="items-r3" vertex="1">
                    <mxGeometry width="360" height="26" as="geometry">
                        <mxRectangle width="360" height="26" as="alternateBounds"/>
                    </mxGeometry>
                </mxCell>
                <mxCell id="items-r4" value="" style="shape=tableRow;horizontal=0;startSize=0;swimlaneHead=0;swimlaneBody=0;strokeColor=inherit;top=0;left=0;bottom=0;right=0;collapsible=0;dropTarget=0;fillColor=none;points=[[0,0.5],[1,0.5]];portConstraint=eastwest;fontSize=12;" parent="items" vertex="1">
                    <mxGeometry y="108" width="360" height="26" as="geometry"/>
                </mxCell>
                <mxCell id="items-r4-c" value="created_at : TIMESTAMPTZ" style="shape=partialRectangle;html=1;whiteSpace=wrap;connectable=0;strokeColor=inherit;overflow=hidden;fillColor=none;top=0;left=0;bottom=0;right=0;pointerEvents=1;align=left;spacingLeft=10;fontColor=#666666;" parent="items-r4" vertex="1">
                    <mxGeometry width="360" height="26" as="geometry">
                        <mxRectangle width="360" height="26" as="alternateBounds"/>
                    </mxGeometry>
                </mxCell>
                <mxCell id="items-r5" value="" style="shape=tableRow;horizontal=0;startSize=0;swimlaneHead=0;swimlaneBody=0;strokeColor=inherit;top=0;left=0;bottom=0;right=0;collapsible=0;dropTarget=0;fillColor=none;points=[[0,0.5],[1,0.5]];portConstraint=eastwest;fontSize=12;" parent="items" vertex="1">
                    <mxGeometry y="134" width="360" height="26" as="geometry"/>
                </mxCell>
                <mxCell id="items-r5-c" value="updated_at : TIMESTAMPTZ" style="shape=partialRectangle;html=1;whiteSpace=wrap;connectable=0;strokeColor=inherit;overflow=hidden;fillColor=none;top=0;left=0;bottom=0;right=0;pointerEvents=1;align=left;spacingLeft=10;fontColor=#666666;" parent="items-r5" vertex="1">
                    <mxGeometry width="360" height="26" as="geometry">
                        <mxRectangle width="360" height="26" as="alternateBounds"/>
                    </mxGeometry>
                </mxCell>
                <mxCell id="pricing" value="pricing_structures" style="shape=table;startSize=30;container=1;collapsible=0;childLayout=tableLayout;fontSize=14;fontStyle=1;fillColor=#e1d5e7;strokeColor=#9673a6;" parent="1" vertex="1">
-                     <mxGeometry x="760" y="470" width="360" height="212" as="geometry"/>
+                     <mxGeometry x="760" y="470" width="360" height="186" as="geometry"/>
                </mxCell>
                <mxCell id="pricing-r1" value="" style="shape=tableRow;horizontal=0;startSize=0;swimlaneHead=0;swimlaneBody=0;strokeColor=inherit;top=0;left=0;bottom=0;right=0;collapsible=0;dropTarget=0;fillColor=none;points=[[0,0.5],[1,0.5]];portConstraint=eastwest;fontSize=12;" parent="pricing" vertex="1">
                    <mxGeometry y="30" width="360" height="26" as="geometry"/>
                </mxCell>
                <mxCell id="pricing-r1-c" value="caterer_id : BIGINT  (PK, FK → caterers.id)" style="shape=partialRectangle;html=1;whiteSpace=wrap;connectable=0;strokeColor=inherit;overflow=hidden;fillColor=none;top=0;left=0;bottom=0;right=0;pointerEvents=1;fontStyle=5;align=left;spacingLeft=10;" parent="pricing-r1" vertex="1">
                    <mxGeometry width="360" height="26" as="geometry">
                        <mxRectangle width="360" height="26" as="alternateBounds"/>
                    </mxGeometry>
                </mxCell>
                <mxCell id="pricing-r2" value="" style="shape=tableRow;horizontal=0;startSize=0;swimlaneHead=0;swimlaneBody=0;strokeColor=inherit;top=0;left=0;bottom=0;right=0;collapsible=0;dropTarget=0;fillColor=none;points=[[0,0.5],[1,0.5]];portConstraint=eastwest;fontSize=12;" parent="pricing" vertex="1">
                    <mxGeometry y="56" width="360" height="26" as="geometry"/>
                </mxCell>
                <mxCell id="pricing-r2-c" value="price_per_item : NUMERIC(10,2)" style="shape=partialRectangle;html=1;whiteSpace=wrap;connectable=0;strokeColor=inherit;overflow=hidden;fillColor=none;top=0;left=0;bottom=0;right=0;pointerEvents=1;align=left;spacingLeft=10;" parent="pricing-r2" vertex="1">
                    <mxGeometry width="360" height="26" as="geometry">
                        <mxRectangle width="360" height="26" as="alternateBounds"/>
                    </mxGeometry>
                </mxCell>
                <mxCell id="pricing-r3" value="" style="shape=tableRow;horizontal=0;startSize=0;swimlaneHead=0;swimlaneBody=0;strokeColor=inherit;top=0;left=0;bottom=0;right=0;collapsible=0;dropTarget=0;fillColor=none;points=[[0,0.5],[1,0.5]];portConstraint=eastwest;fontSize=12;" parent="pricing" vertex="1">
                    <mxGeometry y="82" width="360" height="26" as="geometry"/>
                </mxCell>
-                 <mxCell id="pricing-r3-c" value="flat_delivery_fee : NUMERIC(10,2)" style="shape=partialRectangle;html=1;whiteSpace=wrap;connectable=0;strokeColor=inherit;overflow=hidden;fillColor=none;top=0;left=0;bottom=0;right=0;pointerEvents=1;align=left;spacingLeft=10;" parent="pricing-r3" vertex="1">
+                 <mxCell id="pricing-r3-c" value="per_trip_fee : NUMERIC(10,2)" style="shape=partialRectangle;html=1;whiteSpace=wrap;connectable=0;strokeColor=inherit;overflow=hidden;fillColor=none;top=0;left=0;bottom=0;right=0;pointerEvents=1;align=left;spacingLeft=10;" parent="pricing-r3" vertex="1">
                    <mxGeometry width="360" height="26" as="geometry">
                        <mxRectangle width="360" height="26" as="alternateBounds"/>
                    </mxGeometry>
                </mxCell>
                <mxCell id="pricing-r4" value="" style="shape=tableRow;horizontal=0;startSize=0;swimlaneHead=0;swimlaneBody=0;strokeColor=inherit;top=0;left=0;bottom=0;right=0;collapsible=0;dropTarget=0;fillColor=none;points=[[0,0.5],[1,0.5]];portConstraint=eastwest;fontSize=12;" parent="pricing" vertex="1">
                    <mxGeometry y="108" width="360" height="26" as="geometry"/>
                </mxCell>
-                 <mxCell id="pricing-r4-c" value="per_trip_fee : NUMERIC(10,2)" style="shape=partialRectangle;html=1;whiteSpace=wrap;connectable=0;strokeColor=inherit;overflow=hidden;fillColor=none;top=0;left=0;bottom=0;right=0;pointerEvents=1;align=left;spacingLeft=10;" parent="pricing-r4" vertex="1">
+                 <mxCell id="pricing-r4-c" value="per_school_per_trip_fee : NUMERIC(10,2)" style="shape=partialRectangle;html=1;whiteSpace=wrap;connectable=0;strokeColor=inherit;overflow=hidden;fillColor=none;top=0;left=0;bottom=0;right=0;pointerEvents=1;align=left;spacingLeft=10;" parent="pricing-r4" vertex="1">
                    <mxGeometry width="360" height="26" as="geometry">
                        <mxRectangle width="360" height="26" as="alternateBounds"/>
                    </mxGeometry>
                </mxCell>
                <mxCell id="pricing-r5" value="" style="shape=tableRow;horizontal=0;startSize=0;swimlaneHead=0;swimlaneBody=0;strokeColor=inherit;top=0;left=0;bottom=0;right=0;collapsible=0;dropTarget=0;fillColor=none;points=[[0,0.5],[1,0.5]];portConstraint=eastwest;fontSize=12;" parent="pricing" vertex="1">
                    <mxGeometry y="134" width="360" height="26" as="geometry"/>
                </mxCell>
-                 <mxCell id="pricing-r5-c" value="per_school_fee : NUMERIC(10,2)" style="shape=partialRectangle;html=1;whiteSpace=wrap;connectable=0;strokeColor=inherit;overflow=hidden;fillColor=none;top=0;left=0;bottom=0;right=0;pointerEvents=1;align=left;spacingLeft=10;" parent="pricing-r5" vertex="1">
+                 <mxCell id="pricing-r5-c" value="created_at : TIMESTAMPTZ" style="shape=partialRectangle;html=1;whiteSpace=wrap;connectable=0;strokeColor=inherit;overflow=hidden;fillColor=none;top=0;left=0;bottom=0;right=0;pointerEvents=1;align=left;spacingLeft=10;fontColor=#666666;" parent="pricing-r5" vertex="1">
                    <mxGeometry width="360" height="26" as="geometry">
                        <mxRectangle width="360" height="26" as="alternateBounds"/>
                    </mxGeometry>
                </mxCell>
                <mxCell id="pricing-r6" value="" style="shape=tableRow;horizontal=0;startSize=0;swimlaneHead=0;swimlaneBody=0;strokeColor=inherit;top=0;left=0;bottom=0;right=0;collapsible=0;dropTarget=0;fillColor=none;points=[[0,0.5],[1,0.5]];portConstraint=eastwest;fontSize=12;" parent="pricing" vertex="1">
                    <mxGeometry y="160" width="360" height="26" as="geometry"/>
                </mxCell>
-                 <mxCell id="pricing-r6-c" value="created_at : TIMESTAMPTZ" style="shape=partialRectangle;html=1;whiteSpace=wrap;connectable=0;strokeColor=inherit;overflow=hidden;fillColor=none;top=0;left=0;bottom=0;right=0;pointerEvents=1;align=left;spacingLeft=10;fontColor=#666666;" parent="pricing-r6" vertex="1">
-                     <mxGeometry width="360" height="26" as="geometry">
-                         <mxRectangle width="360" height="26" as="alternateBounds"/>
-                     </mxGeometry>
-                 </mxCell>
-                 <mxCell id="pricing-r7" value="" style="shape=tableRow;horizontal=0;startSize=0;swimlaneHead=0;swimlaneBody=0;strokeColor=inherit;top=0;left=0;bottom=0;right=0;collapsible=0;dropTarget=0;fillColor=none;points=[[0,0.5],[1,0.5]];portConstraint=eastwest;fontSize=12;" parent="pricing" vertex="1">
-                     <mxGeometry y="186" width="360" height="26" as="geometry"/>
-                 </mxCell>
-                 <mxCell id="pricing-r7-c" value="updated_at : TIMESTAMPTZ" style="shape=partialRectangle;html=1;whiteSpace=wrap;connectable=0;strokeColor=inherit;overflow=hidden;fillColor=none;top=0;left=0;bottom=0;right=0;pointerEvents=1;align=left;spacingLeft=10;fontColor=#666666;" parent="pricing-r7" vertex="1">
+                 <mxCell id="pricing-r6-c" value="updated_at : TIMESTAMPTZ" style="shape=partialRectangle;html=1;whiteSpace=wrap;connectable=0;strokeColor=inherit;overflow=hidden;fillColor=none;top=0;left=0;bottom=0;right=0;pointerEvents=1;align=left;spacingLeft=10;fontColor=#666666;" parent="pricing-r6" vertex="1">
                    <mxGeometry width="360" height="26" as="geometry">
                        <mxRectangle width="360" height="26" as="alternateBounds"/>
                    </mxGeometry>
                </mxCell>
                <mxCell id="new-sessions" value="sessions" style="shape=table;startSize=30;container=1;collapsible=0;childLayout=tableLayout;fontSize=14;fontStyle=1;fillColor=#d5e8d4;strokeColor=#82b366;" vertex="1" parent="1">
                    <mxGeometry x="1170" y="432" width="360" height="186" as="geometry"/>
                </mxCell>
                <mxCell id="new-sessions-r1" value="" style="shape=tableRow;horizontal=0;startSize=0;swimlaneHead=0;swimlaneBody=0;strokeColor=inherit;top=0;left=0;bottom=0;right=0;collapsible=0;dropTarget=0;fillColor=none;points=[[0,0.5],[1,0.5]];portConstraint=eastwest;fontSize=12;" vertex="1" parent="new-sessions">
                    <mxGeometry y="30" width="360" height="26" as="geometry"/>
                </mxCell>
                <mxCell id="new-sessions-r1-c" value="program_id : BIGINT  (PK, FK → programs.id)" style="shape=partialRectangle;html=1;whiteSpace=wrap;connectable=0;strokeColor=inherit;overflow=hidden;fillColor=none;top=0;left=0;bottom=0;right=0;pointerEvents=1;fontStyle=5;align=left;spacingLeft=10;" vertex="1" parent="new-sessions-r1">
                    <mxGeometry width="360" height="26" as="geometry">
                        <mxRectangle width="360" height="26" as="alternateBounds"/>
                    </mxGeometry>
                </mxCell>
                <mxCell id="new-sessions-r2" value="" style="shape=tableRow;horizontal=0;startSize=0;swimlaneHead=0;swimlaneBody=0;strokeColor=inherit;top=0;left=0;bottom=0;right=0;collapsible=0;dropTarget=0;fillColor=none;points=[[0,0.5],[1,0.5]];portConstraint=eastwest;fontSize=12;" vertex="1" parent="new-sessions">
                    <mxGeometry y="56" width="360" height="26" as="geometry"/>
                </mxCell>
                <mxCell id="new-sessions-r2-c" value="date : DATE  (PK)" style="shape=partialRectangle;html=1;whiteSpace=wrap;connectable=0;strokeColor=inherit;overflow=hidden;fillColor=none;top=0;left=0;bottom=0;right=0;pointerEvents=1;fontStyle=5;align=left;spacingLeft=10;" vertex="1" parent="new-sessions-r2">
                    <mxGeometry width="360" height="26" as="geometry">
                        <mxRectangle width="360" height="26" as="alternateBounds"/>
                    </mxGeometry>
                </mxCell>
                <mxCell id="new-sessions-r3" value="" style="shape=tableRow;horizontal=0;startSize=0;swimlaneHead=0;swimlaneBody=0;strokeColor=inherit;top=0;left=0;bottom=0;right=0;collapsible=0;dropTarget=0;fillColor=none;points=[[0,0.5],[1,0.5]];portConstraint=eastwest;fontSize=12;" vertex="1" parent="new-sessions">
                    <mxGeometry y="82" width="360" height="26" as="geometry"/>
                </mxCell>
                <mxCell id="new-sessions-r3-c" value="sub_manager_name : TEXT  (nullable)" style="shape=partialRectangle;html=1;whiteSpace=wrap;connectable=0;strokeColor=inherit;overflow=hidden;fillColor=none;top=0;left=0;bottom=0;right=0;pointerEvents=1;align=left;spacingLeft=10;" vertex="1" parent="new-sessions-r3">
                    <mxGeometry width="360" height="26" as="geometry">
                        <mxRectangle width="360" height="26" as="alternateBounds"/>
                    </mxGeometry>
                </mxCell>
                <mxCell id="new-sessions-r4" value="" style="shape=tableRow;horizontal=0;startSize=0;swimlaneHead=0;swimlaneBody=0;strokeColor=inherit;top=0;left=0;bottom=0;right=0;collapsible=0;dropTarget=0;fillColor=none;points=[[0,0.5],[1,0.5]];portConstraint=eastwest;fontSize=12;" vertex="1" parent="new-sessions">
                    <mxGeometry y="108" width="360" height="26" as="geometry"/>
                </mxCell>
                <mxCell id="new-sessions-r4-c" value="sub_manager_mobile : TEXT  (nullable)" style="shape=partialRectangle;html=1;whiteSpace=wrap;connectable=0;strokeColor=inherit;overflow=hidden;fillColor=none;top=0;left=0;bottom=0;right=0;pointerEvents=1;align=left;spacingLeft=10;" vertex="1" parent="new-sessions-r4">
                    <mxGeometry width="360" height="26" as="geometry">
                        <mxRectangle width="360" height="26" as="alternateBounds"/>
                    </mxGeometry>
                </mxCell>
                <mxCell id="new-sessions-r5" value="" style="shape=tableRow;horizontal=0;startSize=0;swimlaneHead=0;swimlaneBody=0;strokeColor=inherit;top=0;left=0;bottom=0;right=0;collapsible=0;dropTarget=0;fillColor=none;points=[[0,0.5],[1,0.5]];portConstraint=eastwest;fontSize=12;" vertex="1" parent="new-sessions">
                    <mxGeometry y="134" width="360" height="25" as="geometry"/>
                </mxCell>
                <mxCell id="new-sessions-r5-c" value="created_at : TIMESTAMPTZ" style="shape=partialRectangle;html=1;whiteSpace=wrap;connectable=0;strokeColor=inherit;overflow=hidden;fillColor=none;top=0;left=0;bottom=0;right=0;pointerEvents=1;align=left;spacingLeft=10;fontColor=#666666;" vertex="1" parent="new-sessions-r5">
                    <mxGeometry width="360" height="25" as="geometry">
                        <mxRectangle width="360" height="25" as="alternateBounds"/>
                    </mxGeometry>
                </mxCell>
                <mxCell id="new-sessions-r6" value="" style="shape=tableRow;horizontal=0;startSize=0;swimlaneHead=0;swimlaneBody=0;strokeColor=inherit;top=0;left=0;bottom=0;right=0;collapsible=0;dropTarget=0;fillColor=none;points=[[0,0.5],[1,0.5]];portConstraint=eastwest;fontSize=12;" vertex="1" parent="new-sessions">
                    <mxGeometry y="159" width="360" height="27" as="geometry"/>
                </mxCell>
                <mxCell id="new-sessions-r6-c" value="updated_at : TIMESTAMPTZ" style="shape=partialRectangle;html=1;whiteSpace=wrap;connectable=0;strokeColor=inherit;overflow=hidden;fillColor=none;top=0;left=0;bottom=0;right=0;pointerEvents=1;align=left;spacingLeft=10;fontColor=#666666;" vertex="1" parent="new-sessions-r6">
                    <mxGeometry width="360" height="27" as="geometry">
                        <mxRectangle width="360" height="27" as="alternateBounds"/>
                    </mxGeometry>
                </mxCell>
                <mxCell id="absences" value="absences" style="shape=table;startSize=30;container=1;collapsible=0;childLayout=tableLayout;fontSize=14;fontStyle=1;fillColor=#fff2cc;strokeColor=#d6b656;" vertex="1" parent="1">
                    <mxGeometry x="1580" y="220" width="360" height="160" as="geometry"/>
                </mxCell>
                <mxCell id="absences-r1" value="" style="shape=tableRow;horizontal=0;startSize=0;swimlaneHead=0;swimlaneBody=0;strokeColor=inherit;top=0;left=0;bottom=0;right=0;collapsible=0;dropTarget=0;fillColor=none;points=[[0,0.5],[1,0.5]];portConstraint=eastwest;fontSize=12;" vertex="1" parent="absences">
                    <mxGeometry y="30" width="360" height="26" as="geometry"/>
                </mxCell>
                <mxCell id="absences-r1-c" value="student_id : BIGINT  (PK, FK → students.id)" style="shape=partialRectangle;html=1;whiteSpace=wrap;connectable=0;strokeColor=inherit;overflow=hidden;fillColor=none;top=0;left=0;bottom=0;right=0;pointerEvents=1;fontStyle=5;align=left;spacingLeft=10;" vertex="1" parent="absences-r1">
                    <mxGeometry width="360" height="26" as="geometry">
                        <mxRectangle width="360" height="26" as="alternateBounds"/>
                    </mxGeometry>
                </mxCell>
                <mxCell id="absences-r2" value="" style="shape=tableRow;horizontal=0;startSize=0;swimlaneHead=0;swimlaneBody=0;strokeColor=inherit;top=0;left=0;bottom=0;right=0;collapsible=0;dropTarget=0;fillColor=none;points=[[0,0.5],[1,0.5]];portConstraint=eastwest;fontSize=12;" vertex="1" parent="absences">
                    <mxGeometry y="56" width="360" height="26" as="geometry"/>
                </mxCell>
                <mxCell id="absences-r2-c" value="program_id : BIGINT  (PK, FK → sessions.program_id)" style="shape=partialRectangle;html=1;whiteSpace=wrap;connectable=0;strokeColor=inherit;overflow=hidden;fillColor=none;top=0;left=0;bottom=0;right=0;pointerEvents=1;fontStyle=5;align=left;spacingLeft=10;" vertex="1" parent="absences-r2">
                    <mxGeometry width="360" height="26" as="geometry">
                        <mxRectangle width="360" height="26" as="alternateBounds"/>
                    </mxGeometry>
                </mxCell>
                <mxCell id="absences-r3" value="" style="shape=tableRow;horizontal=0;startSize=0;swimlaneHead=0;swimlaneBody=0;strokeColor=inherit;top=0;left=0;bottom=0;right=0;collapsible=0;dropTarget=0;fillColor=none;points=[[0,0.5],[1,0.5]];portConstraint=eastwest;fontSize=12;" vertex="1" parent="absences">
                    <mxGeometry y="82" width="360" height="26" as="geometry"/>
                </mxCell>
                <mxCell id="absences-r3-c" value="date : DATE  (PK, FK → sessions.date)" style="shape=partialRectangle;html=1;whiteSpace=wrap;connectable=0;strokeColor=inherit;overflow=hidden;fillColor=none;top=0;left=0;bottom=0;right=0;pointerEvents=1;fontStyle=5;align=left;spacingLeft=10;" vertex="1" parent="absences-r3">
                    <mxGeometry width="360" height="26" as="geometry">
                        <mxRectangle width="360" height="26" as="alternateBounds"/>
                    </mxGeometry>
                </mxCell>
                <mxCell id="absences-r4" value="" style="shape=tableRow;horizontal=0;startSize=0;swimlaneHead=0;swimlaneBody=0;strokeColor=inherit;top=0;left=0;bottom=0;right=0;collapsible=0;dropTarget=0;fillColor=none;points=[[0,0.5],[1,0.5]];portConstraint=eastwest;fontSize=12;" vertex="1" parent="absences">
                    <mxGeometry y="108" width="360" height="26" as="geometry"/>
                </mxCell>
                <mxCell id="absences-r4-c" value="created_at : TIMESTAMPTZ" style="shape=partialRectangle;html=1;whiteSpace=wrap;connectable=0;strokeColor=inherit;overflow=hidden;fillColor=none;top=0;left=0;bottom=0;right=0;pointerEvents=1;align=left;spacingLeft=10;fontColor=#666666;" vertex="1" parent="absences-r4">
                    <mxGeometry width="360" height="26" as="geometry">
                        <mxRectangle width="360" height="26" as="alternateBounds"/>
                    </mxGeometry>
                </mxCell>
                <mxCell id="absences-r5" value="" style="shape=tableRow;horizontal=0;startSize=0;swimlaneHead=0;swimlaneBody=0;strokeColor=inherit;top=0;left=0;bottom=0;right=0;collapsible=0;dropTarget=0;fillColor=none;points=[[0,0.5],[1,0.5]];portConstraint=eastwest;fontSize=12;" vertex="1" parent="absences">
                    <mxGeometry y="134" width="360" height="26" as="geometry"/>
                </mxCell>
                <mxCell id="absences-r5-c" value="updated_at : TIMESTAMPTZ" style="shape=partialRectangle;html=1;whiteSpace=wrap;connectable=0;strokeColor=inherit;overflow=hidden;fillColor=none;top=0;left=0;bottom=0;right=0;pointerEvents=1;align=left;spacingLeft=10;fontColor=#666666;" vertex="1" parent="absences-r5">
                    <mxGeometry width="360" height="26" as="geometry">
                        <mxRectangle width="360" height="26" as="alternateBounds"/>
                    </mxGeometry>
                </mxCell>
                <mxCell id="fk-sessions-schools" style="edgeStyle=entityRelationEdgeStyle;fontSize=12;html=1;endArrow=ERone;startArrow=ERmany;rounded=0;exitX=0;exitY=0.5;exitDx=0;exitDy=0;entryX=1;entryY=0.5;entryDx=0;entryDy=0;" parent="1" source="sessions-r2" target="schools-r1" edge="1">
                    <mxGeometry relative="1" as="geometry"/>
                </mxCell>
                <mxCell id="fk-enrolments-programs" style="edgeStyle=entityRelationEdgeStyle;fontSize=12;html=1;endArrow=ERone;startArrow=ERmany;rounded=0;exitX=0;exitY=0.5;exitDx=0;exitDy=0;entryX=1;entryY=0.5;entryDx=0;entryDy=0;" edge="1" parent="1" source="enrolments-r3" target="sessions-r1">
                    <mxGeometry relative="1" as="geometry"/>
                </mxCell>
                <mxCell id="fk-newsessions-programs" style="edgeStyle=entityRelationEdgeStyle;fontSize=12;html=1;endArrow=ERone;startArrow=ERmany;rounded=0;exitX=0;exitY=0.5;exitDx=0;exitDy=0;entryX=1;entryY=0.5;entryDx=0;entryDy=0;" edge="1" parent="1" source="new-sessions-r1" target="sessions-r1">
                    <mxGeometry relative="1" as="geometry"/>
                </mxCell>
                <mxCell id="fk-absences-students" style="edgeStyle=entityRelationEdgeStyle;fontSize=12;html=1;endArrow=ERone;startArrow=ERmany;rounded=0;exitX=0;exitY=0.5;exitDx=0;exitDy=0;entryX=1;entryY=0.5;entryDx=0;entryDy=0;" edge="1" parent="1" source="absences-r1" target="students-r1">
                    <mxGeometry relative="1" as="geometry"/>
                </mxCell>
                <mxCell id="fk-absences-newsessions" style="edgeStyle=entityRelationEdgeStyle;fontSize=12;html=1;endArrow=ERone;startArrow=ERmany;rounded=0;exitX=1;exitY=0.5;exitDx=0;exitDy=0;entryX=1;entryY=0.5;entryDx=0;entryDy=0;" edge="1" parent="1" source="absences-r2" target="new-sessions-r1">
                    <mxGeometry relative="1" as="geometry">
                        <Array as="points">
                            <mxPoint x="1960" y="330"/>
                            <mxPoint x="1560" y="775"/>
                            <mxPoint x="2000" y="490"/>
                            <mxPoint x="1960" y="450"/>
                            <mxPoint x="1560" y="495"/>
                        </Array>
                    </mxGeometry>
                </mxCell>
                <mxCell id="fk-enrolments-students" style="edgeStyle=entityRelationEdgeStyle;fontSize=12;html=1;endArrow=ERone;startArrow=ERmany;rounded=0;exitX=1;exitY=0.5;exitDx=0;exitDy=0;entryX=0;entryY=0.5;entryDx=0;entryDy=0;" parent="1" source="enrolments-r2" target="students-r1" edge="1">
                    <mxGeometry relative="1" as="geometry"/>
                </mxCell>
                <mxCell id="fk-schools-caterers" style="edgeStyle=entityRelationEdgeStyle;fontSize=12;html=1;endArrow=ERone;startArrow=ERmany;rounded=0;exitX=1;exitY=0.5;exitDx=0;exitDy=0;entryX=1;entryY=0.5;entryDx=0;entryDy=0;" parent="1" source="schools-r-cat" target="caterers-r1" edge="1">
                    <mxGeometry relative="1" as="geometry">
                        <mxPoint x="20" y="300" as="sourcePoint"/>
                        <mxPoint x="340" y="420" as="targetPoint"/>
                        <Array as="points">
                            <mxPoint x="350" y="230"/>
                            <mxPoint y="370"/>
                            <mxPoint x="250" y="420"/>
                            <mxPoint x="320" y="400"/>
                            <mxPoint x="20" y="340"/>
                            <mxPoint x="80" y="350"/>
                            <mxPoint x="20" y="390"/>
                            <mxPoint x="170" y="370"/>
                            <mxPoint x="10" y="380"/>
                        </Array>
                    </mxGeometry>
                </mxCell>
                <mxCell id="fk-items-caterers" style="edgeStyle=entityRelationEdgeStyle;fontSize=12;html=1;endArrow=ERone;startArrow=ERmany;rounded=0;exitX=0;exitY=0.5;exitDx=0;exitDy=0;entryX=1;entryY=0.5;entryDx=0;entryDy=0;" parent="1" source="items-r1" target="caterers-r1" edge="1">
                    <mxGeometry relative="1" as="geometry"/>
                </mxCell>
                <mxCell id="fk-pricing-caterers" style="edgeStyle=entityRelationEdgeStyle;fontSize=12;html=1;endArrow=ERone;startArrow=ERone;rounded=0;exitX=0;exitY=0.5;exitDx=0;exitDy=0;entryX=1;entryY=0.5;entryDx=0;entryDy=0;" parent="1" source="pricing-r1" target="caterers-r1" edge="1">
                    <mxGeometry relative="1" as="geometry"/>
                </mxCell>
-                 <mxCell id="footer" value="• Primary keys: BIGINT GENERATED ALWAYS AS IDENTITY (composite PKs on enrolments, items, sessions, absences; pricing_structures uses caterer_id as PK for 1:1)    • day_of_week: ENUM (Mon–Fri)    • dietary_tag: ENUM (&#39;GF&#39;,&#39;DF&#39;,&#39;NF&#39;,&#39;V&#39;,&#39;H&#39;)  — V = vegetarian / vegetarian option, H = halal    • FK on delete: schools→caterers RESTRICT, programs→schools RESTRICT, enrolments→students/programs CASCADE, sessions→programs CASCADE, absences→students/sessions CASCADE, items/pricing→caterers CASCADE    • RLS disabled for now" style="text;html=1;align=left;verticalAlign=middle;fontSize=11;fontStyle=2;fontColor=#555555;" parent="1" vertex="1">
+                 <mxCell id="feedback" value="feedback" style="shape=table;startSize=30;container=1;collapsible=0;childLayout=tableLayout;fontSize=14;fontStyle=1;fillColor=#c8e4ed;strokeColor=#36748f;" parent="1" vertex="1">
+                     <mxGeometry x="390" y="720" width="360" height="160" as="geometry"/>
+                 </mxCell>
+                 <mxCell id="feedback-r1" value="" style="shape=tableRow;horizontal=0;startSize=0;swimlaneHead=0;swimlaneBody=0;strokeColor=inherit;top=0;left=0;bottom=0;right=0;collapsible=0;dropTarget=0;fillColor=none;points=[[0,0.5],[1,0.5]];portConstraint=eastwest;fontSize=12;" parent="feedback" vertex="1">
+                     <mxGeometry y="30" width="360" height="26" as="geometry"/>
+                 </mxCell>
+                 <mxCell id="feedback-r1-c" value="caterer_id : BIGINT  (PK, FK → caterers.id)" style="shape=partialRectangle;html=1;whiteSpace=wrap;connectable=0;strokeColor=inherit;overflow=hidden;fillColor=none;top=0;left=0;bottom=0;right=0;pointerEvents=1;fontStyle=5;align=left;spacingLeft=10;" parent="feedback-r1" vertex="1">
+                     <mxGeometry width="360" height="26" as="geometry"/>
+                 </mxCell>
+                 <mxCell id="feedback-r2" value="" style="shape=tableRow;horizontal=0;startSize=0;swimlaneHead=0;swimlaneBody=0;strokeColor=inherit;top=0;left=0;bottom=0;right=0;collapsible=0;dropTarget=0;fillColor=none;points=[[0,0.5],[1,0.5]];portConstraint=eastwest;fontSize=12;" parent="feedback" vertex="1">
+                     <mxGeometry y="56" width="360" height="26" as="geometry"/>
+                 </mxCell>
+                 <mxCell id="feedback-r2-c" value="submitted_at : TIMESTAMPTZ  (PK)" style="shape=partialRectangle;html=1;whiteSpace=wrap;connectable=0;strokeColor=inherit;overflow=hidden;fillColor=none;top=0;left=0;bottom=0;right=0;pointerEvents=1;fontStyle=5;align=left;spacingLeft=10;" parent="feedback-r2" vertex="1">
+                     <mxGeometry width="360" height="26" as="geometry"/>
+                 </mxCell>
+                 <mxCell id="feedback-r3" value="" style="shape=tableRow;horizontal=0;startSize=0;swimlaneHead=0;swimlaneBody=0;strokeColor=inherit;top=0;left=0;bottom=0;right=0;collapsible=0;dropTarget=0;fillColor=none;points=[[0,0.5],[1,0.5]];portConstraint=eastwest;fontSize=12;" parent="feedback" vertex="1">
+                     <mxGeometry y="82" width="360" height="26" as="geometry"/>
+                 </mxCell>
+                 <mxCell id="feedback-r3-c" value="content : TEXT" style="shape=partialRectangle;html=1;whiteSpace=wrap;connectable=0;strokeColor=inherit;overflow=hidden;fillColor=none;top=0;left=0;bottom=0;right=0;pointerEvents=1;align=left;spacingLeft=10;" parent="feedback-r3" vertex="1">
+                     <mxGeometry width="360" height="26" as="geometry"/>
+                 </mxCell>
+                 <mxCell id="feedback-r4" value="" style="shape=tableRow;horizontal=0;startSize=0;swimlaneHead=0;swimlaneBody=0;strokeColor=inherit;top=0;left=0;bottom=0;right=0;collapsible=0;dropTarget=0;fillColor=none;points=[[0,0.5],[1,0.5]];portConstraint=eastwest;fontSize=12;" parent="feedback" vertex="1">
+                     <mxGeometry y="108" width="360" height="26" as="geometry"/>
+                 </mxCell>
+                 <mxCell id="feedback-r4-c" value="created_at : TIMESTAMPTZ" style="shape=partialRectangle;html=1;whiteSpace=wrap;connectable=0;strokeColor=inherit;overflow=hidden;fillColor=none;top=0;left=0;bottom=0;right=0;pointerEvents=1;align=left;spacingLeft=10;fontColor=#666666;" parent="feedback-r4" vertex="1">
+                     <mxGeometry width="360" height="26" as="geometry"/>
+                 </mxCell>
+                 <mxCell id="feedback-r5" value="" style="shape=tableRow;horizontal=0;startSize=0;swimlaneHead=0;swimlaneBody=0;strokeColor=inherit;top=0;left=0;bottom=0;right=0;collapsible=0;dropTarget=0;fillColor=none;points=[[0,0.5],[1,0.5]];portConstraint=eastwest;fontSize=12;" parent="feedback" vertex="1">
+                     <mxGeometry y="134" width="360" height="26" as="geometry"/>
+                 </mxCell>
+                 <mxCell id="feedback-r5-c" value="updated_at : TIMESTAMPTZ" style="shape=partialRectangle;html=1;whiteSpace=wrap;connectable=0;strokeColor=inherit;overflow=hidden;fillColor=none;top=0;left=0;bottom=0;right=0;pointerEvents=1;align=left;spacingLeft=10;fontColor=#666666;" parent="feedback-r5" vertex="1">
+                     <mxGeometry width="360" height="26" as="geometry"/>
+                 </mxCell>
+                 <mxCell id="fk-feedback-caterers" style="edgeStyle=entityRelationEdgeStyle;fontSize=12;html=1;endArrow=ERone;startArrow=ERmany;rounded=0;exitX=0;exitY=0.5;exitDx=0;exitDy=0;entryX=1;entryY=0.5;entryDx=0;entryDy=0;" parent="1" source="feedback-r1" target="caterers-r1" edge="1">
+                     <mxGeometry relative="1" as="geometry"/>
+                 </mxCell>
+                 <mxCell id="footer" value="• Primary keys: BIGINT GENERATED ALWAYS AS IDENTITY (composite PKs on enrolments, items, sessions, absences, feedback; pricing_structures uses caterer_id as PK for 1:1)    • day_of_week: ENUM (Mon–Fri)    • dietary_tag: ENUM (&#39;GF&#39;,&#39;DF&#39;,&#39;NF&#39;,&#39;V&#39;,&#39;H&#39;)  — V = vegetarian / vegetarian option, H = halal    • FK on delete: schools→caterers RESTRICT, programs→schools RESTRICT, enrolments→students/programs CASCADE, sessions→programs CASCADE, absences→students/sessions CASCADE, items/pricing/feedback→caterers CASCADE    • RLS disabled for now" style="text;html=1;align=left;verticalAlign=middle;fontSize=11;fontStyle=2;fontColor=#555555;" parent="1" vertex="1">
                    <mxGeometry x="40" y="920" width="1600" height="60" as="geometry"/>
                </mxCell>
            </root>
        </mxGraphModel>
    </diagram>
</mxfile>